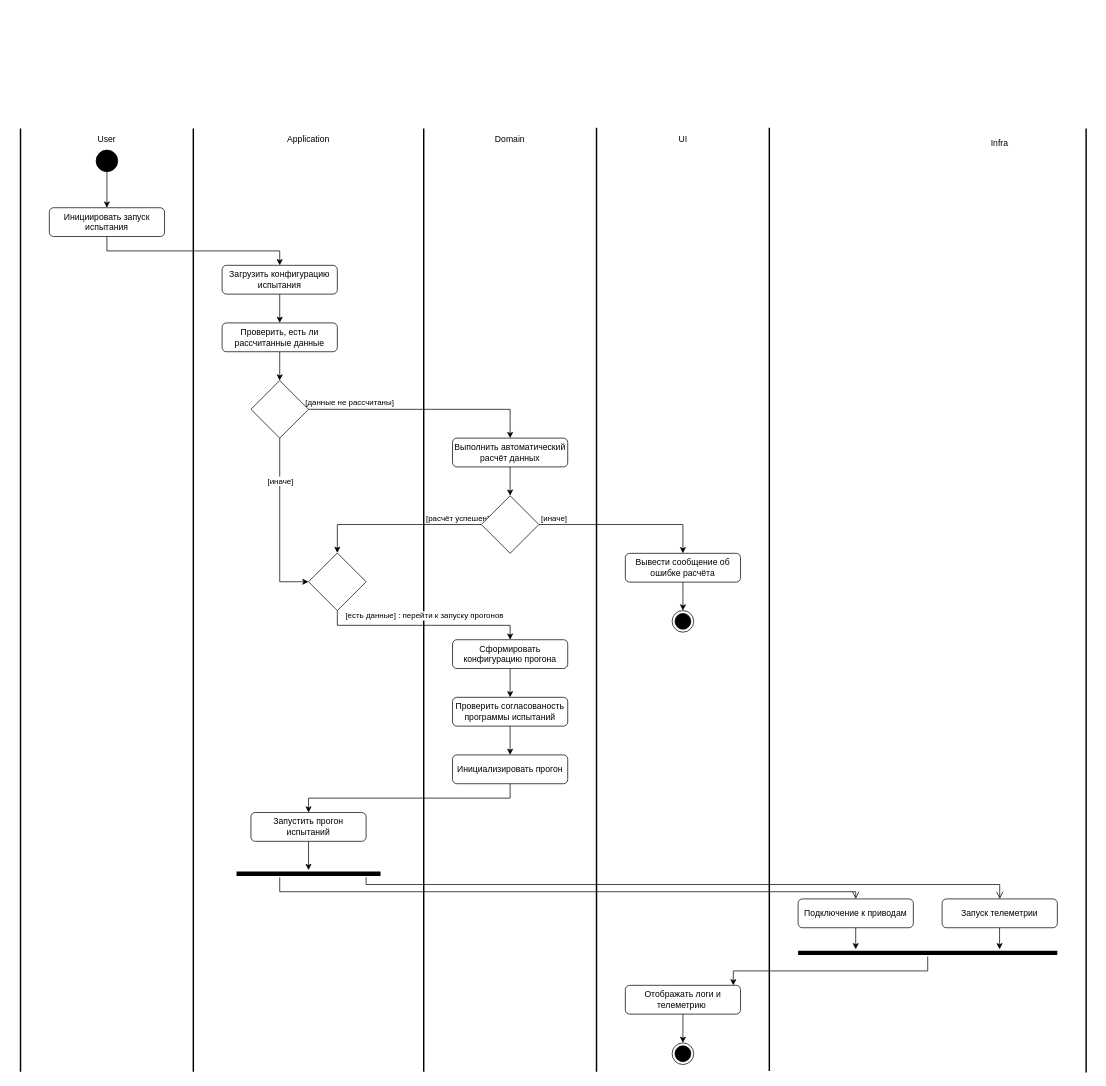
Earlier version of the draw.io diagram page "ДА - Запуск испытания" (4 of 4) of docs/diagrams/analytics-artifacts.drawio (TarkWight/uas-test-system). Source tidied: cells renumbered, new cells numbered last; positions are measured from the earlier drawing's top-left corner, leaving out a move shared by most shapes. Both pictures are drawn from the tidied source at 72%, with x=0, y=0 at pixel (13, 127).
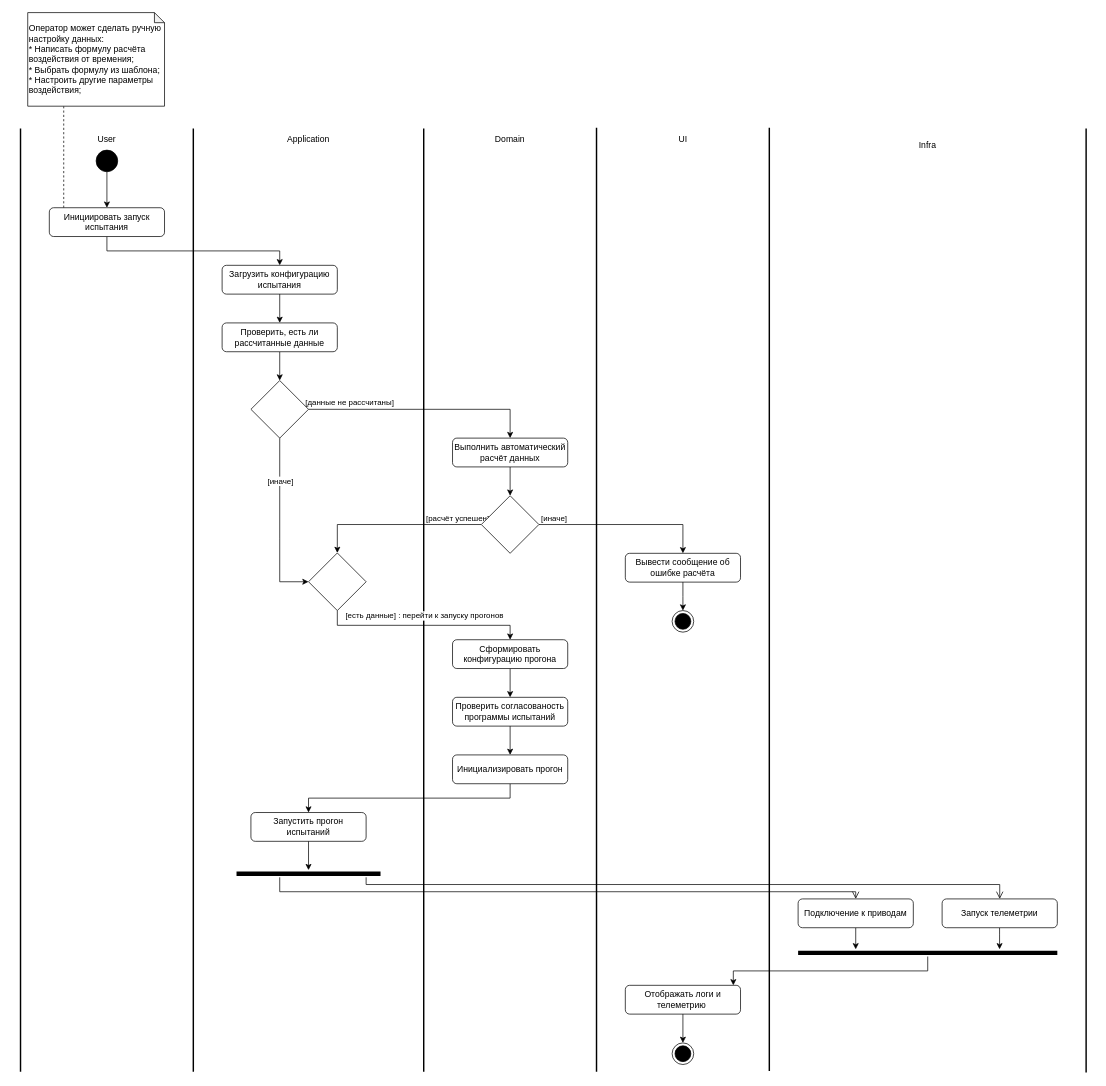
Above is the later version.

Commit message:
? update AD: add note for user action

Unchanged cells that the change refers to:
```xml
<mxCell id="11" value="Инициировать запуск испытания" style="rounded=1;whiteSpace=wrap;html=1;" parent="1" vertex="1">
  <mxGeometry x="50" y="111" width="160" height="40" as="geometry" />
</mxCell>
```

Diff of the diagram source:
```diff
@@
+    <mxCell id="59" style="rounded=0;jettySize=auto;html=1;endArrow=none;endFill=0;dashed=1;orthogonal=1;" parent="1" edge="1" source="11" target="60">
+      <mxGeometry relative="1" as="geometry">
+        <Array as="points">
+          <mxPoint x="70" y="40" />
+        </Array>
+      </mxGeometry>
+    </mxCell>
@@
     <mxCell id="14" value="Infra" style="text;html=1;whiteSpace=wrap;strokeColor=none;fillColor=none;align=center;verticalAlign=middle;rounded=0;" parent="1" vertex="1">
-      <mxGeometry x="1340" y="7" width="60" height="30" as="geometry" />
+      <mxGeometry x="1240" y="10" width="60" height="30" as="geometry" />
     </mxCell>
@@
+    <mxCell id="60" value="Оператор может сделать ручную настройку данных:&lt;br&gt;* Написать формулу расчёта воздействия от времения;&lt;div&gt;* Выбрать формулу из шаблона;&lt;/div&gt;&lt;div&gt;* Настроить другие параметры воздействия;&lt;/div&gt;" style="shape=note;whiteSpace=wrap;html=1;backgroundOutline=1;darkOpacity=0.05;align=left;size=14;" parent="1" vertex="1">
+      <mxGeometry x="20" y="-160" width="190" height="130" as="geometry" />
+    </mxCell>
```
